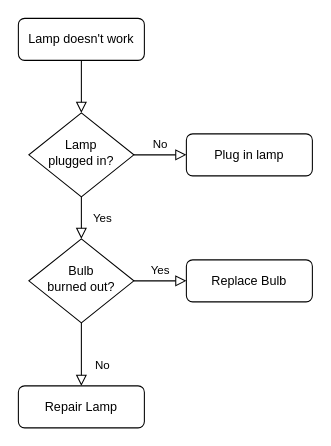
This is Diagrama sin título.drawio from Micronixio/mi-primer-repositorio, a draw.io file, before an edit. Source tidied: cells renumbered, new cells numbered last; positions are measured from the earlier drawing's top-left corner, leaving out a move shared by most shapes. Both pictures are drawn from the tidied source at 105%, with x=0, y=0 at pixel (18, 18).
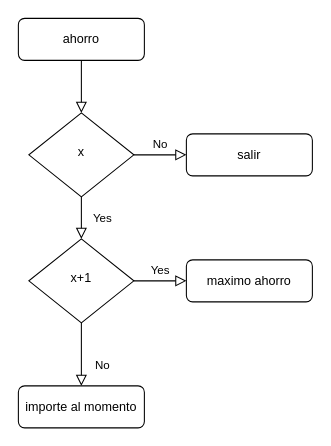
After the change.

Commit message:
ahorro en un año

The edit, as a diff of the source:
```diff
@@
 <mxGraphModel>
   <root>
     <mxCell id="0" />
     <mxCell id="1" parent="0" />
     <mxCell id="2" style="rounded=0;html=1;jettySize=auto;fontSize=11;endArrow=block;endFill=0;endSize=8;strokeWidth=1;shadow=0;labelBackgroundColor=none;edgeStyle=orthogonalEdgeStyle;" parent="1" edge="1" source="3" target="6">
       <mxGeometry relative="1" as="geometry" />
     </mxCell>
-    <mxCell id="3" value="Lamp doesn't work" style="rounded=1;whiteSpace=wrap;html=1;fontSize=12;glass=0;strokeWidth=1;shadow=0;" parent="1" vertex="1">
+    <mxCell id="3" value="ahorro" style="rounded=1;whiteSpace=wrap;html=1;fontSize=12;glass=0;strokeWidth=1;shadow=0;" parent="1" vertex="1">
       <mxGeometry width="120" height="40" as="geometry" />
     </mxCell>
     <mxCell id="4" value="Yes" style="rounded=0;html=1;jettySize=auto;fontSize=11;endArrow=block;endFill=0;endSize=8;strokeWidth=1;shadow=0;labelBackgroundColor=none;edgeStyle=orthogonalEdgeStyle;" parent="1" edge="1" source="6" target="10">
       <mxGeometry y="20" relative="1" as="geometry" />
     </mxCell>
     <mxCell id="5" value="No" style="edgeStyle=orthogonalEdgeStyle;rounded=0;html=1;jettySize=auto;fontSize=11;endArrow=block;endFill=0;endSize=8;strokeWidth=1;shadow=0;labelBackgroundColor=none;" parent="1" edge="1" source="6" target="7">
       <mxGeometry y="10" relative="1" as="geometry" />
     </mxCell>
-    <mxCell id="6" value="Lamp&lt;br&gt;plugged in?" style="rhombus;whiteSpace=wrap;html=1;shadow=0;fontFamily=Helvetica;fontSize=12;align=center;strokeWidth=1;spacing=6;spacingTop=-4;" parent="1" vertex="1">
+    <mxCell id="6" value="x" style="rhombus;whiteSpace=wrap;html=1;shadow=0;fontFamily=Helvetica;fontSize=12;align=center;strokeWidth=1;spacing=6;spacingTop=-4;" parent="1" vertex="1">
       <mxGeometry x="10" y="90" width="100" height="80" as="geometry" />
     </mxCell>
-    <mxCell id="7" value="Plug in lamp" style="rounded=1;whiteSpace=wrap;html=1;fontSize=12;glass=0;strokeWidth=1;shadow=0;" parent="1" vertex="1">
+    <mxCell id="7" value="salir" style="rounded=1;whiteSpace=wrap;html=1;fontSize=12;glass=0;strokeWidth=1;shadow=0;" parent="1" vertex="1">
       <mxGeometry x="160" y="110" width="120" height="40" as="geometry" />
     </mxCell>
     <mxCell id="8" value="No" style="rounded=0;html=1;jettySize=auto;fontSize=11;endArrow=block;endFill=0;endSize=8;strokeWidth=1;shadow=0;labelBackgroundColor=none;edgeStyle=orthogonalEdgeStyle;" parent="1" edge="1" source="10" target="11">
       <mxGeometry x="0.33" y="20" relative="1" as="geometry" />
     </mxCell>
     <mxCell id="9" value="Yes" style="edgeStyle=orthogonalEdgeStyle;rounded=0;html=1;jettySize=auto;fontSize=11;endArrow=block;endFill=0;endSize=8;strokeWidth=1;shadow=0;labelBackgroundColor=none;" parent="1" edge="1" source="10" target="12">
       <mxGeometry y="10" relative="1" as="geometry" />
     </mxCell>
-    <mxCell id="10" value="Bulb&lt;br&gt;burned out?" style="rhombus;whiteSpace=wrap;html=1;shadow=0;fontFamily=Helvetica;fontSize=12;align=center;strokeWidth=1;spacing=6;spacingTop=-4;" parent="1" vertex="1">
+    <mxCell id="10" value="x+1" style="rhombus;whiteSpace=wrap;html=1;shadow=0;fontFamily=Helvetica;fontSize=12;align=center;strokeWidth=1;spacing=6;spacingTop=-4;" parent="1" vertex="1">
       <mxGeometry x="10" y="210" width="100" height="80" as="geometry" />
     </mxCell>
-    <mxCell id="11" value="Repair Lamp" style="rounded=1;whiteSpace=wrap;html=1;fontSize=12;glass=0;strokeWidth=1;shadow=0;" parent="1" vertex="1">
+    <mxCell id="11" value="importe al momento" style="rounded=1;whiteSpace=wrap;html=1;fontSize=12;glass=0;strokeWidth=1;shadow=0;" parent="1" vertex="1">
       <mxGeometry y="350" width="120" height="40" as="geometry" />
     </mxCell>
-    <mxCell id="12" value="Replace Bulb" style="rounded=1;whiteSpace=wrap;html=1;fontSize=12;glass=0;strokeWidth=1;shadow=0;" parent="1" vertex="1">
+    <mxCell id="12" value="maximo ahorro" style="rounded=1;whiteSpace=wrap;html=1;fontSize=12;glass=0;strokeWidth=1;shadow=0;" parent="1" vertex="1">
       <mxGeometry x="160" y="230" width="120" height="40" as="geometry" />
     </mxCell>
   </root>
 </mxGraphModel>
```
